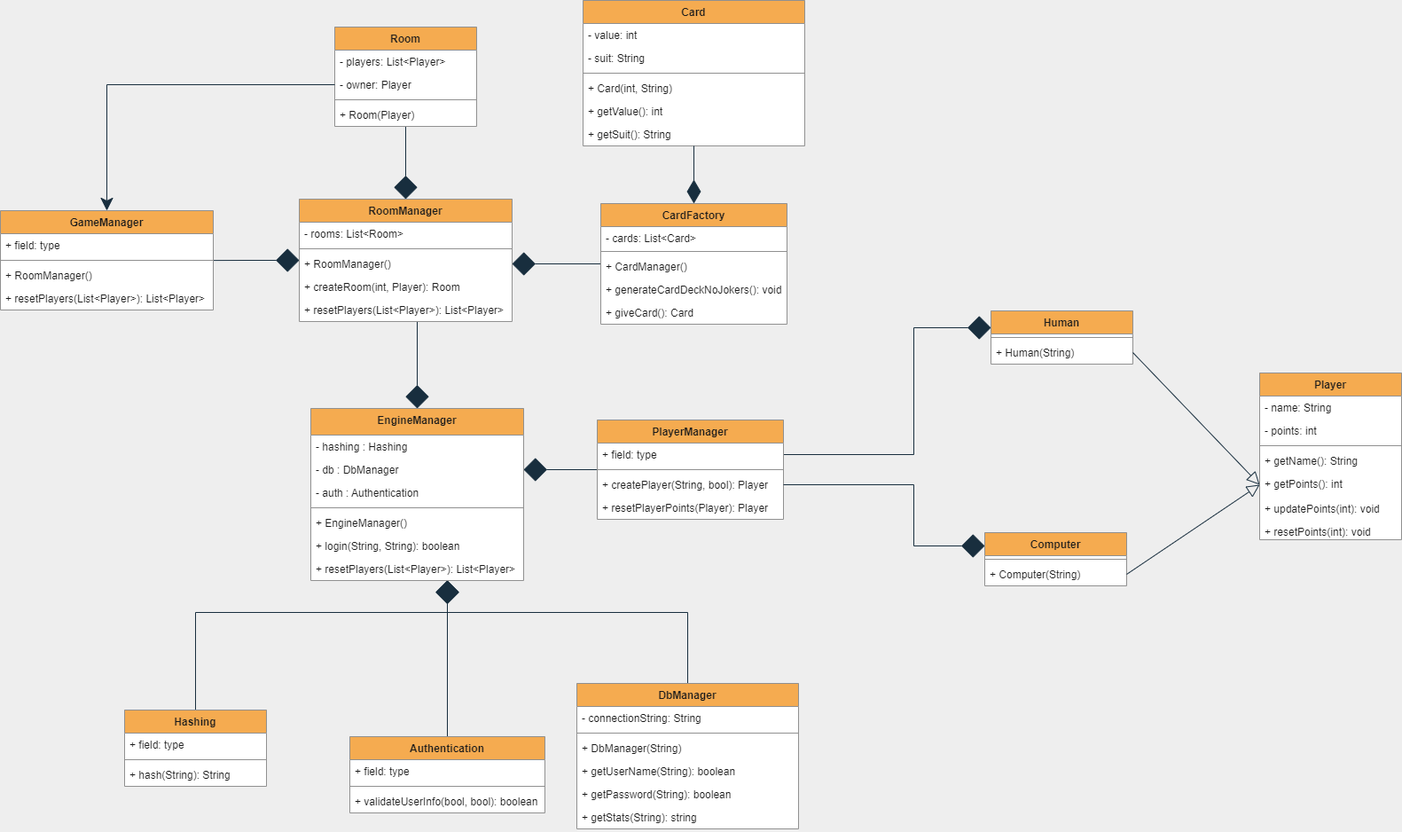
Above: Diagrammer/Klasse Diagram.drawio.png in Olivervesth/KortKlubben (draw.io), before the change. Source tidied: cells renumbered, new cells last; positions are measured from the earlier drawing's top-left corner, leaving out a move shared by most shapes.
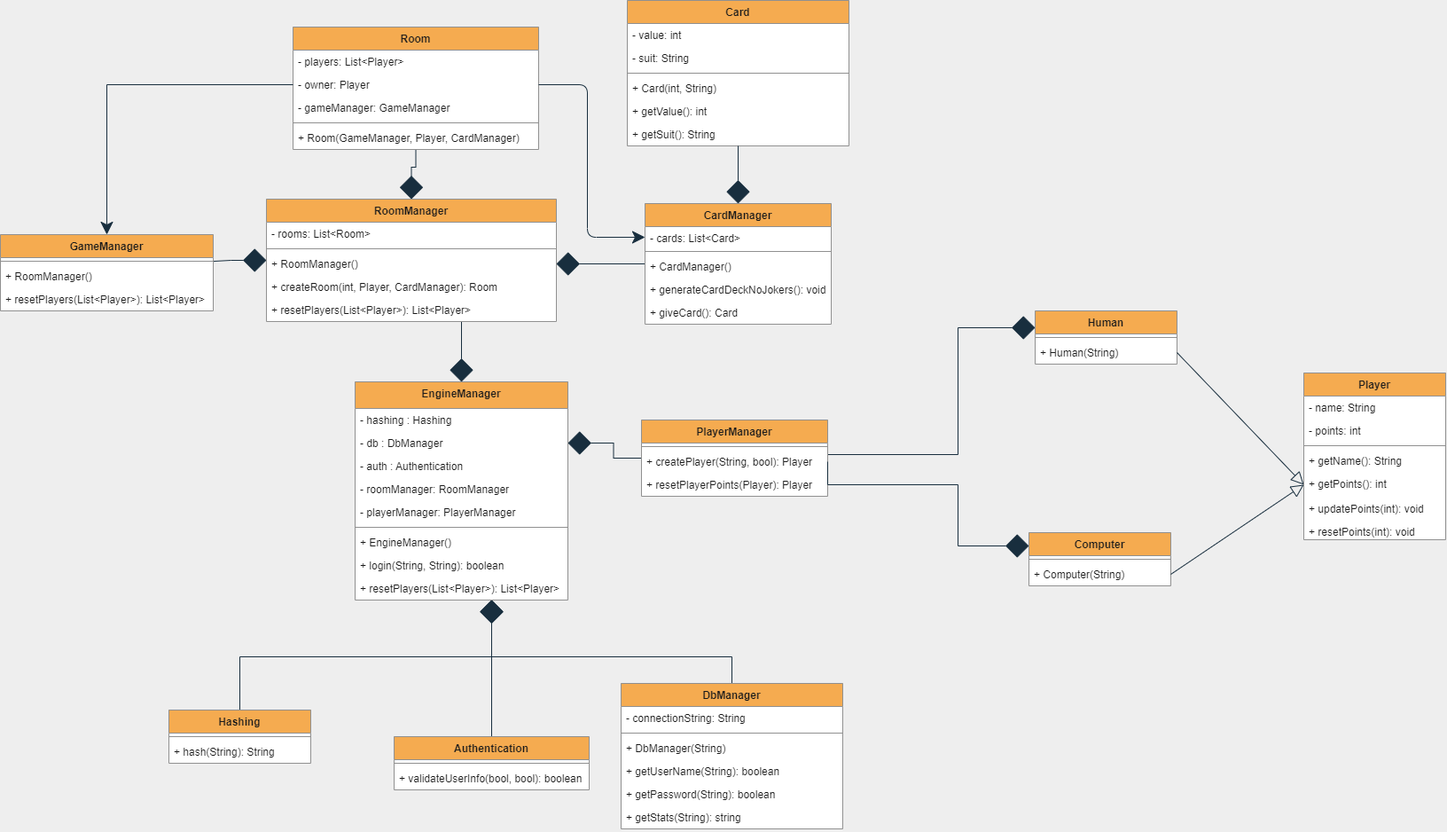
The same file after the commit.

Commit message:
Class Diagram Update

Change to the diagram source:
```diff
@@ -8,15 +8,18 @@
     <mxCell id="3" value="Room" style="swimlane;fontStyle=1;align=center;verticalAlign=top;horizontal=1;startSize=26;fillColor=#F5AB50;strokeColor=#909090;fontColor=#1A1A1A;rounded=0;swimlaneFillColor=default;" parent="1" vertex="1">
-      <mxGeometry x="377" y="30" width="160" height="112" as="geometry" />
+      <mxGeometry x="280" y="30" width="277" height="138" as="geometry" />
     </mxCell>
     <mxCell id="4" value="- players: List&lt;Player&gt;" style="text;strokeColor=none;fillColor=none;align=left;verticalAlign=top;spacingLeft=4;spacingRight=4;overflow=hidden;fontColor=#1A1A1A;rounded=0;" parent="3" vertex="1">
-      <mxGeometry y="26" width="160" height="26" as="geometry" />
+      <mxGeometry y="26" width="277" height="26" as="geometry" />
     </mxCell>
     <mxCell id="5" value="- owner: Player" style="text;strokeColor=none;fillColor=none;align=left;verticalAlign=top;spacingLeft=4;spacingRight=4;overflow=hidden;points=[[0,0.5],[1,0.5]];portConstraint=eastwest;fontColor=#1A1A1A;rounded=0;" parent="3" vertex="1">
-      <mxGeometry y="52" width="160" height="26" as="geometry" />
+      <mxGeometry y="52" width="277" height="26" as="geometry" />
     </mxCell>
+    <mxCell id="87" value="- gameManager: GameManager" style="text;strokeColor=none;fillColor=none;align=left;verticalAlign=top;spacingLeft=4;spacingRight=4;overflow=hidden;fontColor=#1A1A1A;rounded=0;" parent="3" vertex="1">
+      <mxGeometry y="78" width="277" height="26" as="geometry" />
+    </mxCell>
     <mxCell id="6" style="line;strokeWidth=1;fillColor=none;align=left;verticalAlign=middle;spacingTop=-1;spacingLeft=3;spacingRight=3;labelPosition=right;labelBackgroundColor=#EEEEEE;strokeColor=#909090;fontColor=#1A1A1A;rounded=0;" parent="3" vertex="1">
-      <mxGeometry y="78" width="160" height="8" as="geometry" />
+      <mxGeometry y="104" width="277" height="8" as="geometry" />
     </mxCell>
-    <mxCell id="7" value="+ Room(Player)" style="text;strokeColor=none;fillColor=none;align=left;verticalAlign=top;spacingLeft=4;spacingRight=4;overflow=hidden;fontColor=#1A1A1A;rounded=0;" parent="3" vertex="1">
-      <mxGeometry y="86" width="160" height="26" as="geometry" />
+    <mxCell id="7" value="+ Room(GameManager, Player, CardManager)" style="text;strokeColor=none;fillColor=none;align=left;verticalAlign=top;spacingLeft=4;spacingRight=4;overflow=hidden;fontColor=#1A1A1A;rounded=0;" parent="3" vertex="1">
+      <mxGeometry y="112" width="277" height="26" as="geometry" />
     </mxCell>
@@ -46,3 +49,3 @@
     </mxCell>
-    <mxCell id="16" value="CardFactory" style="swimlane;fontStyle=1;align=center;verticalAlign=top;horizontal=1;startSize=26;fillColor=#F5AB50;strokeColor=#909090;fontColor=#1A1A1A;rounded=0;swimlaneFillColor=default;" parent="1" vertex="1">
+    <mxCell id="16" value="CardManager" style="swimlane;fontStyle=1;align=center;verticalAlign=top;horizontal=1;startSize=26;fillColor=#F5AB50;strokeColor=#909090;fontColor=#1A1A1A;rounded=0;swimlaneFillColor=default;" parent="1" vertex="1">
       <mxGeometry x="677" y="229" width="210" height="136" as="geometry" />
@@ -76,18 +79,18 @@
     <mxCell id="24" value="RoomManager" style="swimlane;fontStyle=1;align=center;verticalAlign=top;horizontal=1;startSize=26;fillColor=#F5AB50;strokeColor=#909090;fontColor=#1A1A1A;rounded=0;swimlaneFillColor=default;" parent="1" vertex="1">
-      <mxGeometry x="337" y="224" width="240" height="138" as="geometry" />
+      <mxGeometry x="250" y="224" width="327" height="138" as="geometry" />
     </mxCell>
     <mxCell id="25" value="- rooms: List&lt;Room&gt;" style="text;strokeColor=none;fillColor=none;align=left;verticalAlign=top;spacingLeft=4;spacingRight=4;overflow=hidden;fontColor=#1A1A1A;rounded=0;" parent="24" vertex="1">
-      <mxGeometry y="26" width="240" height="26" as="geometry" />
+      <mxGeometry y="26" width="327" height="26" as="geometry" />
     </mxCell>
     <mxCell id="26" style="line;strokeWidth=1;fillColor=none;align=left;verticalAlign=middle;spacingTop=-1;spacingLeft=3;spacingRight=3;labelPosition=right;labelBackgroundColor=#EEEEEE;strokeColor=#909090;fontColor=#1A1A1A;rounded=0;" parent="24" vertex="1">
-      <mxGeometry y="52" width="240" height="8" as="geometry" />
+      <mxGeometry y="52" width="327" height="8" as="geometry" />
     </mxCell>
     <mxCell id="27" value="+ RoomManager()" style="text;strokeColor=none;fillColor=none;align=left;verticalAlign=top;spacingLeft=4;spacingRight=4;overflow=hidden;points=[[0,0.5],[1,0.5]];portConstraint=eastwest;fontColor=#1A1A1A;rounded=0;" parent="24" vertex="1">
-      <mxGeometry y="60" width="240" height="26" as="geometry" />
+      <mxGeometry y="60" width="327" height="26" as="geometry" />
     </mxCell>
-    <mxCell id="28" value="+ createRoom(int, Player): Room" style="text;strokeColor=none;fillColor=none;align=left;verticalAlign=top;spacingLeft=4;spacingRight=4;overflow=hidden;fontColor=#1A1A1A;rounded=0;" parent="24" vertex="1">
-      <mxGeometry y="86" width="240" height="26" as="geometry" />
+    <mxCell id="28" value="+ createRoom(int, Player, CardManager): Room" style="text;strokeColor=none;fillColor=none;align=left;verticalAlign=top;spacingLeft=4;spacingRight=4;overflow=hidden;fontColor=#1A1A1A;rounded=0;" parent="24" vertex="1">
+      <mxGeometry y="86" width="327" height="26" as="geometry" />
     </mxCell>
     <mxCell id="29" value="+ resetPlayers(List&lt;Player&gt;): List&lt;Player&gt;" style="text;strokeColor=none;fillColor=none;align=left;verticalAlign=top;spacingLeft=4;spacingRight=4;overflow=hidden;fontColor=#1A1A1A;rounded=0;" parent="24" vertex="1">
-      <mxGeometry y="112" width="240" height="26" as="geometry" />
+      <mxGeometry y="112" width="327" height="26" as="geometry" />
     </mxCell>
@@ -104,4 +107,4 @@
         <Array as="points">
-          <mxPoint x="504" y="690" />
-          <mxPoint x="220" y="690" />
+          <mxPoint x="504" y="740" />
+          <mxPoint x="220" y="740" />
         </Array>
@@ -112,4 +115,4 @@
         <Array as="points">
-          <mxPoint x="504" y="690" />
-          <mxPoint x="775" y="690" />
+          <mxPoint x="504" y="740" />
+          <mxPoint x="775" y="740" />
         </Array>
@@ -118,3 +121,3 @@
     <mxCell id="33" value="EngineManager" style="swimlane;fontStyle=1;align=center;verticalAlign=top;horizontal=1;startSize=30;fillColor=#F5AB50;strokeColor=#909090;fontColor=#1A1A1A;rounded=0;swimlaneFillColor=default;" parent="1" vertex="1">
-      <mxGeometry x="350" y="460" width="240" height="194" as="geometry" />
+      <mxGeometry x="350" y="430" width="240" height="246" as="geometry" />
     </mxCell>
@@ -129,16 +132,23 @@
     </mxCell>
+    <mxCell id="88" value="- roomManager: RoomManager    " style="text;strokeColor=none;fillColor=none;align=left;verticalAlign=top;spacingLeft=4;spacingRight=4;overflow=hidden;fontColor=#1A1A1A;rounded=0;" parent="33" vertex="1">
+      <mxGeometry y="108" width="240" height="26" as="geometry" />
+    </mxCell>
+    <mxCell id="89" value="- playerManager: PlayerManager" style="text;strokeColor=none;fillColor=none;align=left;verticalAlign=top;spacingLeft=4;spacingRight=4;overflow=hidden;fontColor=#1A1A1A;rounded=0;" parent="33" vertex="1">
+      <mxGeometry y="134" width="240" height="26" as="geometry" />
+    </mxCell>
     <mxCell id="37" style="line;strokeWidth=1;fillColor=none;align=left;verticalAlign=middle;spacingTop=-1;spacingLeft=3;spacingRight=3;labelPosition=right;labelBackgroundColor=#EEEEEE;strokeColor=#909090;fontColor=#1A1A1A;rounded=0;" parent="33" vertex="1">
-      <mxGeometry y="108" width="240" height="8" as="geometry" />
+      <mxGeometry y="160" width="240" height="8" as="geometry" />
     </mxCell>
     <mxCell id="38" value="+ EngineManager()" style="text;strokeColor=none;fillColor=none;align=left;verticalAlign=top;spacingLeft=4;spacingRight=4;overflow=hidden;fontColor=#1A1A1A;rounded=0;" parent="33" vertex="1">
-      <mxGeometry y="116" width="240" height="26" as="geometry" />
+      <mxGeometry y="168" width="240" height="26" as="geometry" />
     </mxCell>
     <mxCell id="39" value="+ login(String, String): boolean" style="text;strokeColor=none;fillColor=none;align=left;verticalAlign=top;spacingLeft=4;spacingRight=4;overflow=hidden;fontColor=#1A1A1A;rounded=0;" parent="33" vertex="1">
-      <mxGeometry y="142" width="240" height="26" as="geometry" />
+      <mxGeometry y="194" width="240" height="26" as="geometry" />
     </mxCell>
     <mxCell id="40" value="+ resetPlayers(List&lt;Player&gt;): List&lt;Player&gt;" style="text;strokeColor=none;fillColor=none;align=left;verticalAlign=top;spacingLeft=4;spacingRight=4;overflow=hidden;fontColor=#1A1A1A;rounded=0;" parent="33" vertex="1">
-      <mxGeometry y="168" width="240" height="26" as="geometry" />
+      <mxGeometry y="220" width="240" height="26" as="geometry" />
     </mxCell>
-    <mxCell id="41" style="edgeStyle=orthogonalEdgeStyle;rounded=0;jettySize=auto;html=1;entryX=0;entryY=0.5;entryDx=0;entryDy=0;endArrow=diamond;endFill=1;endSize=24;exitX=1;exitY=0.5;exitDx=0;exitDy=0;labelBackgroundColor=#EEEEEE;strokeColor=#182E3E;fontColor=#1A1A1A;" parent="1" edge="1" source="44">
+    <mxCell id="41" style="edgeStyle=orthogonalEdgeStyle;rounded=0;orthogonalLoop=1;jettySize=auto;html=1;entryX=0;entryY=0.5;entryDx=0;entryDy=0;endArrow=diamond;endFill=1;endSize=24;exitX=1;exitY=0.5;exitDx=0;exitDy=0;labelBackgroundColor=#EEEEEE;strokeColor=#182E3E;fontColor=#1A1A1A;" parent="1" edge="1">
       <mxGeometry relative="1" as="geometry">
+        <mxPoint x="883" y="512" as="sourcePoint" />
         <mxPoint x="1117" y="369" as="targetPoint" />
@@ -154,15 +164,12 @@
     <mxCell id="43" value="PlayerManager" style="swimlane;fontStyle=1;align=center;verticalAlign=top;horizontal=1;startSize=26;fillColor=#F5AB50;strokeColor=#909090;fontColor=#1A1A1A;rounded=0;swimlaneFillColor=default;" parent="1" vertex="1">
-      <mxGeometry x="673" y="473" width="210" height="112" as="geometry" />
+      <mxGeometry x="673" y="473" width="210" height="86" as="geometry" />
     </mxCell>
-    <mxCell id="44" value="+ field: type" style="text;strokeColor=none;fillColor=none;align=left;verticalAlign=top;spacingLeft=4;spacingRight=4;overflow=hidden;points=[[0,0.5],[1,0.5]];portConstraint=eastwest;fontColor=#1A1A1A;rounded=0;" parent="43" vertex="1">
-      <mxGeometry y="26" width="210" height="26" as="geometry" />
-    </mxCell>
     <mxCell id="45" style="line;strokeWidth=1;fillColor=none;align=left;verticalAlign=middle;spacingTop=-1;spacingLeft=3;spacingRight=3;labelPosition=right;labelBackgroundColor=#EEEEEE;strokeColor=#909090;fontColor=#1A1A1A;rounded=0;" parent="43" vertex="1">
-      <mxGeometry y="52" width="210" height="8" as="geometry" />
+      <mxGeometry y="26" width="210" height="8" as="geometry" />
     </mxCell>
     <mxCell id="46" value="+ createPlayer(String, bool): Player" style="text;strokeColor=none;fillColor=none;align=left;verticalAlign=top;spacingLeft=4;spacingRight=4;overflow=hidden;points=[[0,0.5],[1,0.5]];portConstraint=eastwest;fontColor=#1A1A1A;rounded=0;" parent="43" vertex="1">
-      <mxGeometry y="60" width="210" height="26" as="geometry" />
+      <mxGeometry y="34" width="210" height="26" as="geometry" />
     </mxCell>
     <mxCell id="47" value="+ resetPlayerPoints(Player): Player" style="text;strokeColor=none;fillColor=none;align=left;verticalAlign=top;spacingLeft=4;spacingRight=4;overflow=hidden;fontColor=#1A1A1A;rounded=0;" parent="43" vertex="1">
-      <mxGeometry y="86" width="210" height="26" as="geometry" />
+      <mxGeometry y="60" width="210" height="26" as="geometry" />
     </mxCell>
@@ -199,24 +206,18 @@
     <mxCell id="58" value="Authentication" style="swimlane;fontStyle=1;align=center;verticalAlign=top;horizontal=1;startSize=26;fillColor=#F5AB50;strokeColor=#909090;fontColor=#1A1A1A;rounded=0;swimlaneFillColor=default;" parent="1" vertex="1">
-      <mxGeometry x="394" y="830" width="220" height="86" as="geometry" />
+      <mxGeometry x="394" y="830" width="220" height="60" as="geometry" />
     </mxCell>
-    <mxCell id="59" value="+ field: type" style="text;strokeColor=none;fillColor=none;align=left;verticalAlign=top;spacingLeft=4;spacingRight=4;overflow=hidden;fontColor=#1A1A1A;rounded=0;" parent="58" vertex="1">
-      <mxGeometry y="26" width="220" height="26" as="geometry" />
-    </mxCell>
     <mxCell id="60" style="line;strokeWidth=1;fillColor=none;align=left;verticalAlign=middle;spacingTop=-1;spacingLeft=3;spacingRight=3;labelPosition=right;labelBackgroundColor=#EEEEEE;strokeColor=#909090;fontColor=#1A1A1A;rounded=0;" parent="58" vertex="1">
-      <mxGeometry y="52" width="220" height="8" as="geometry" />
+      <mxGeometry y="26" width="220" height="8" as="geometry" />
     </mxCell>
     <mxCell id="61" value="+ validateUserInfo(bool, bool): boolean" style="text;strokeColor=none;fillColor=none;align=left;verticalAlign=top;spacingLeft=4;spacingRight=4;overflow=hidden;fontColor=#1A1A1A;rounded=0;" parent="58" vertex="1">
-      <mxGeometry y="60" width="220" height="26" as="geometry" />
+      <mxGeometry y="34" width="220" height="26" as="geometry" />
     </mxCell>
     <mxCell id="62" value="Hashing" style="swimlane;fontStyle=1;align=center;verticalAlign=top;horizontal=1;startSize=26;fillColor=#F5AB50;strokeColor=#909090;fontColor=#1A1A1A;rounded=0;swimlaneFillColor=default;" parent="1" vertex="1">
-      <mxGeometry x="140" y="800" width="160" height="86" as="geometry" />
+      <mxGeometry x="140" y="800" width="160" height="60" as="geometry" />
     </mxCell>
-    <mxCell id="63" value="+ field: type" style="text;strokeColor=none;fillColor=none;align=left;verticalAlign=top;spacingLeft=4;spacingRight=4;overflow=hidden;fontColor=#1A1A1A;rounded=0;" parent="62" vertex="1">
-      <mxGeometry y="26" width="160" height="26" as="geometry" />
-    </mxCell>
     <mxCell id="64" style="line;strokeWidth=1;fillColor=none;align=left;verticalAlign=middle;spacingTop=-1;spacingLeft=3;spacingRight=3;labelPosition=right;labelBackgroundColor=#EEEEEE;strokeColor=#909090;fontColor=#1A1A1A;rounded=0;" parent="62" vertex="1">
-      <mxGeometry y="52" width="160" height="8" as="geometry" />
+      <mxGeometry y="26" width="160" height="8" as="geometry" />
     </mxCell>
     <mxCell id="65" value="+ hash(String): String" style="text;strokeColor=none;fillColor=none;align=left;verticalAlign=top;spacingLeft=4;spacingRight=4;overflow=hidden;fontColor=#1A1A1A;rounded=0;" parent="62" vertex="1">
-      <mxGeometry y="60" width="160" height="26" as="geometry" />
+      <mxGeometry y="34" width="160" height="26" as="geometry" />
     </mxCell>
@@ -231,3 +232,3 @@
     </mxCell>
-    <mxCell id="69" style="endArrow=block;endFill=0;endSize=12;html=1;rounded=0;exitX=1;exitY=0.5;exitDx=0;exitDy=0;entryX=0;entryY=0.5;entryDx=0;entryDy=0;labelBackgroundColor=#EEEEEE;strokeColor=#182E3E;fontColor=#1A1A1A;" parent="1" edge="1" source="68" target="84">
+    <mxCell id="69" style="endArrow=block;endFill=0;endSize=12;html=1;rounded=0;exitX=1;exitY=0.5;exitDx=0;exitDy=0;entryX=0;entryY=0.5;entryDx=0;entryDy=0;labelBackgroundColor=#EEEEEE;strokeColor=#182E3E;fontColor=#1A1A1A;sketch=0;" parent="1" edge="1" source="68" target="84">
       <mxGeometry relative="1" as="geometry" />
@@ -237,3 +238,3 @@
     </mxCell>
-    <mxCell id="71" style="endArrow=diamondThin;endFill=1;endSize=24;html=1;rounded=0;entryX=0.5;entryY=0;entryDx=0;entryDy=0;labelBackgroundColor=#EEEEEE;strokeColor=#182E3E;fontColor=#1A1A1A;" parent="1" edge="1" source="14" target="16">
+    <mxCell id="71" style="endArrow=diamond;endFill=1;endSize=24;html=1;rounded=0;entryX=0.5;entryY=0;entryDx=0;entryDy=0;labelBackgroundColor=#EEEEEE;strokeColor=#182E3E;fontColor=#1A1A1A;" parent="1" edge="1" source="14" target="16">
       <mxGeometry relative="1" as="geometry" />
@@ -252,15 +253,12 @@
     <mxCell id="74" value="GameManager" style="swimlane;fontStyle=1;align=center;verticalAlign=top;horizontal=1;startSize=26;fillColor=#F5AB50;strokeColor=#909090;fontColor=#1A1A1A;rounded=0;swimlaneFillColor=default;" parent="1" vertex="1">
-      <mxGeometry y="237" width="240" height="112" as="geometry" />
+      <mxGeometry x="-50" y="264" width="240" height="86" as="geometry" />
     </mxCell>
-    <mxCell id="75" value="+ field: type" style="text;strokeColor=none;fillColor=none;align=left;verticalAlign=top;spacingLeft=4;spacingRight=4;overflow=hidden;fontColor=#1A1A1A;rounded=0;" parent="74" vertex="1">
-      <mxGeometry y="26" width="240" height="26" as="geometry" />
-    </mxCell>
     <mxCell id="76" style="line;strokeWidth=1;fillColor=none;align=left;verticalAlign=middle;spacingTop=-1;spacingLeft=3;spacingRight=3;labelPosition=right;points=[];portConstraint=eastwest;labelBackgroundColor=#EEEEEE;strokeColor=#909090;fontColor=#1A1A1A;rounded=0;" parent="74" vertex="1">
-      <mxGeometry y="52" width="240" height="8" as="geometry" />
+      <mxGeometry y="26" width="240" height="8" as="geometry" />
     </mxCell>
     <mxCell id="77" value="+ RoomManager()" style="text;strokeColor=none;fillColor=none;align=left;verticalAlign=top;spacingLeft=4;spacingRight=4;overflow=hidden;fontColor=#1A1A1A;rounded=0;" parent="74" vertex="1">
-      <mxGeometry y="60" width="240" height="26" as="geometry" />
+      <mxGeometry y="34" width="240" height="26" as="geometry" />
     </mxCell>
     <mxCell id="78" value="+ resetPlayers(List&lt;Player&gt;): List&lt;Player&gt;" style="text;strokeColor=none;fillColor=none;align=left;verticalAlign=top;spacingLeft=4;spacingRight=4;overflow=hidden;fontColor=#1A1A1A;rounded=0;" parent="74" vertex="1">
-      <mxGeometry y="86" width="240" height="26" as="geometry" />
+      <mxGeometry y="60" width="240" height="26" as="geometry" />
     </mxCell>
@@ -290,2 +288,5 @@
     </mxCell>
+    <mxCell id="90" style="edgeStyle=orthogonalEdgeStyle;jettySize=auto;html=1;exitX=1;exitY=0.5;exitDx=0;exitDy=0;entryX=0;entryY=0.5;entryDx=0;entryDy=0;fontColor=#1A1A1A;strokeColor=#182E3E;startSize=12;endSize=12;" parent="1" edge="1" source="5" target="17">
+      <mxGeometry relative="1" as="geometry" />
+    </mxCell>
   </root>
```
